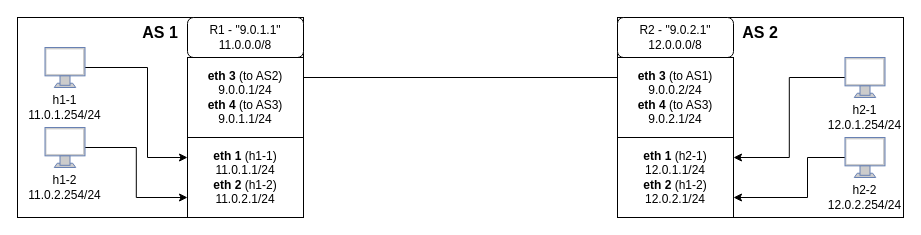
Earlier version of the draw.io diagram CN_BGPHijacking.drawio (andymakesapps/diagrams). Source tidied: cells renumbered, new cells numbered last; positions are measured from the earlier drawing's top-left corner, leaving out a move shared by most shapes. Both pictures are drawn from the tidied source at 100%, with x=0, y=0 at pixel (17, 17).
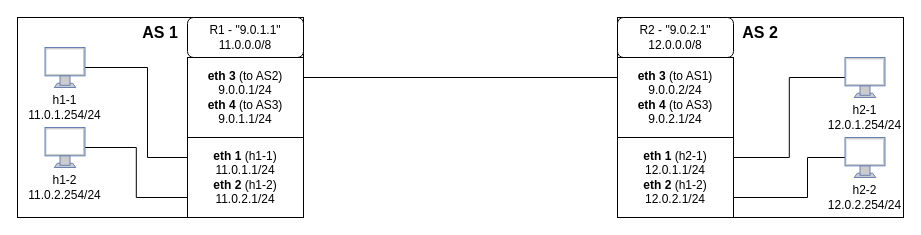
After the change.

Unchanged cells that the change refers to:
```xml
<mxCell id="2" style="group;" parent="1" vertex="1">
  <mxGeometry width="286" height="200" as="geometry" />
</mxCell>
<mxCell id="6" value="&lt;b&gt;eth 1&amp;nbsp;&lt;/b&gt;(h1-1)&lt;br&gt;11.0.1.1/24&lt;br&gt;&lt;b&gt;eth 2&amp;nbsp;&lt;/b&gt;(h1-2)&lt;br&gt;11.0.2.1/24" style="rounded=0;whiteSpace=wrap;html=1;" parent="2" vertex="1">
  <mxGeometry x="170" y="120" width="116" height="80" as="geometry" />
</mxCell>
<mxCell id="8" style="fontColor=#0066CC;verticalAlign=top;verticalLabelPosition=bottom;labelPosition=center;align=center;html=1;outlineConnect=0;fillColor=#CCCCCC;strokeColor=#6881B3;gradientColor=none;gradientDirection=north;strokeWidth=2;shape=mxgraph.networks.monitor;" parent="2" vertex="1">
  <mxGeometry x="27.5" y="30" width="40" height="40" as="geometry" />
</mxCell>
<mxCell id="11" style="fontColor=#0066CC;verticalAlign=top;verticalLabelPosition=bottom;labelPosition=center;align=center;html=1;outlineConnect=0;fillColor=#CCCCCC;strokeColor=#6881B3;gradientColor=none;gradientDirection=north;strokeWidth=2;shape=mxgraph.networks.monitor;" parent="2" vertex="1">
  <mxGeometry x="27.5" y="110" width="40" height="40" as="geometry" />
</mxCell>
<mxCell id="14" style="group;" parent="1" vertex="1">
  <mxGeometry x="600" width="286" height="200" as="geometry" />
</mxCell>
<mxCell id="17" style="fontColor=#0066CC;verticalAlign=top;verticalLabelPosition=bottom;labelPosition=center;align=center;html=1;outlineConnect=0;fillColor=#CCCCCC;strokeColor=#6881B3;gradientColor=none;gradientDirection=north;strokeWidth=2;shape=mxgraph.networks.monitor;" parent="14" vertex="1">
  <mxGeometry x="227.5" y="40" width="40" height="40" as="geometry" />
</mxCell>
<mxCell id="20" style="fontColor=#0066CC;verticalAlign=top;verticalLabelPosition=bottom;labelPosition=center;align=center;html=1;outlineConnect=0;fillColor=#CCCCCC;strokeColor=#6881B3;gradientColor=none;gradientDirection=north;strokeWidth=2;shape=mxgraph.networks.monitor;" parent="14" vertex="1">
  <mxGeometry x="227.5" y="120" width="40" height="40" as="geometry" />
</mxCell>
<mxCell id="25" value="&lt;b&gt;eth 1&amp;nbsp;&lt;/b&gt;(h2-1)&lt;br&gt;12.0.1.1/24&lt;br&gt;&lt;b&gt;eth 2&amp;nbsp;&lt;/b&gt;(h1-2)&lt;br&gt;12.0.2.1/24" style="rounded=0;whiteSpace=wrap;html=1;" parent="14" vertex="1">
  <mxGeometry y="120" width="116" height="80" as="geometry" />
</mxCell>
```

The edit, as a diff of the source:
```diff
@@
-    <mxCell id="7" style="edgeStyle=orthogonalEdgeStyle;rounded=0;jettySize=auto;html=1;exitX=1;exitY=0.5;exitDx=0;exitDy=0;exitPerimeter=0;entryX=0;entryY=0.25;entryDx=0;entryDy=0;" parent="2" edge="1" source="8" target="6">
+    <mxCell id="7" style="edgeStyle=orthogonalEdgeStyle;rounded=0;jettySize=auto;html=1;exitX=1;exitY=0.5;exitDx=0;exitDy=0;exitPerimeter=0;entryX=0;entryY=0.25;entryDx=0;entryDy=0;endArrow=none;endFill=0;" parent="2" edge="1" source="8" target="6">
       <mxGeometry relative="1" as="geometry">
         <Array as="points">
           <mxPoint x="130" y="50" />
           <mxPoint x="130" y="140" />
         </Array>
       </mxGeometry>
     </mxCell>
@@
-    <mxCell id="10" style="edgeStyle=orthogonalEdgeStyle;rounded=0;jettySize=auto;html=1;exitX=1;exitY=0.5;exitDx=0;exitDy=0;exitPerimeter=0;entryX=0;entryY=0.75;entryDx=0;entryDy=0;" parent="2" edge="1" source="11" target="6">
+    <mxCell id="10" style="edgeStyle=orthogonalEdgeStyle;rounded=0;jettySize=auto;html=1;exitX=1;exitY=0.5;exitDx=0;exitDy=0;exitPerimeter=0;entryX=0;entryY=0.75;entryDx=0;entryDy=0;endArrow=none;endFill=0;" parent="2" edge="1" source="11" target="6">
       <mxGeometry relative="1" as="geometry" />
     </mxCell>
@@
-    <mxCell id="16" style="edgeStyle=orthogonalEdgeStyle;rounded=0;jettySize=auto;html=1;exitX=0;exitY=0.5;exitDx=0;exitDy=0;exitPerimeter=0;entryX=1;entryY=0.25;entryDx=0;entryDy=0;" parent="14" edge="1" source="17" target="25">
+    <mxCell id="16" style="edgeStyle=orthogonalEdgeStyle;rounded=0;jettySize=auto;html=1;exitX=0;exitY=0.5;exitDx=0;exitDy=0;exitPerimeter=0;entryX=1;entryY=0.25;entryDx=0;entryDy=0;endArrow=none;endFill=0;" parent="14" edge="1" source="17" target="25">
       <mxGeometry relative="1" as="geometry" />
     </mxCell>
@@
-    <mxCell id="19" style="edgeStyle=orthogonalEdgeStyle;rounded=0;jettySize=auto;html=1;exitX=0;exitY=0.5;exitDx=0;exitDy=0;exitPerimeter=0;entryX=1;entryY=0.75;entryDx=0;entryDy=0;" parent="14" edge="1" source="20" target="25">
+    <mxCell id="19" style="edgeStyle=orthogonalEdgeStyle;rounded=0;jettySize=auto;html=1;exitX=0;exitY=0.5;exitDx=0;exitDy=0;exitPerimeter=0;entryX=1;entryY=0.75;entryDx=0;entryDy=0;endArrow=none;endFill=0;" parent="14" edge="1" source="20" target="25">
       <mxGeometry relative="1" as="geometry">
         <Array as="points">
           <mxPoint x="190" y="140" />
           <mxPoint x="190" y="180" />
         </Array>
       </mxGeometry>
     </mxCell>
```
